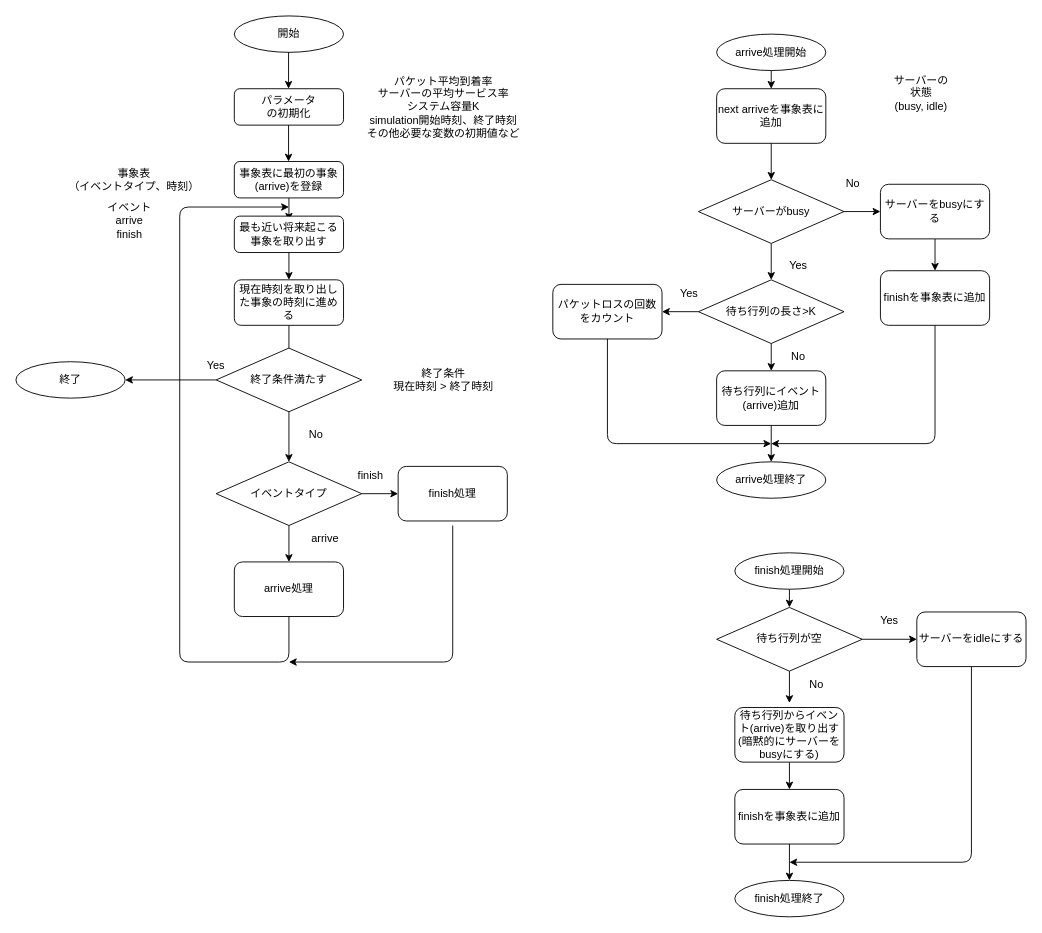
Above: flow.dio in yagikota/network_simulatiton (draw.io), before the change. Source tidied: cells renumbered, new cells numbered last; positions are measured from the earlier drawing's top-left corner, leaving out a move shared by most shapes. Both pictures are drawn from the tidied source at 91%, with x=0, y=0 at pixel (15, 15).
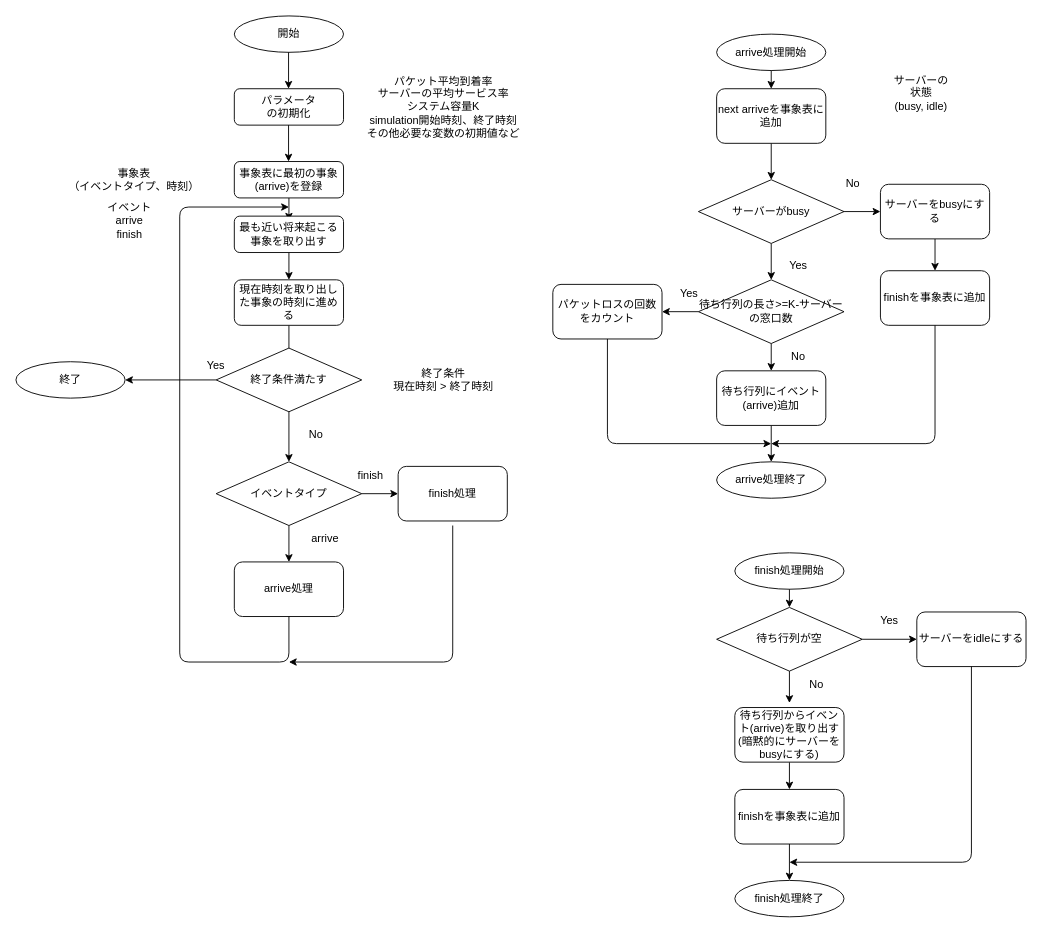
Above is the later version.

Change to the diagram source:
```diff
@@
-    <mxCell id="33" value="待ち行列の長さ&amp;gt;K" style="rhombus;whiteSpace=wrap;html=1;strokeColor=default;" parent="1" vertex="1">
+    <mxCell id="33" value="待ち行列の長さ&amp;gt;=K-サーバーの窓口数" style="rhombus;whiteSpace=wrap;html=1;strokeColor=default;" parent="1" vertex="1">
       <mxGeometry x="750" y="290" width="160" height="70" as="geometry" />
     </mxCell>
```
